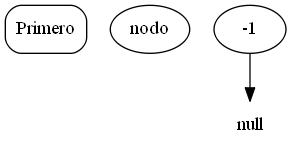
Earlier version of the Graphviz export DocsReportes/PreOrden.png (jessicabp19/EDD_1S2020_PY2_201800535). Its source is kept beside it as DocsReportes/PreOrden.dot.
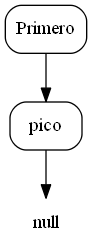
After the change.

The edit, as a diff of the source:
```diff
@@ -1,5 +1,7 @@
 digraph D {
 start[shape = box style = rounded label = "Primero"];
-nodo-1->end;
+start-> nodo0;
+nodo0[shape = record style = rounded label = "Épico"];
+nodo0->end;
 end[shape = none label = "null"];
 }
```
